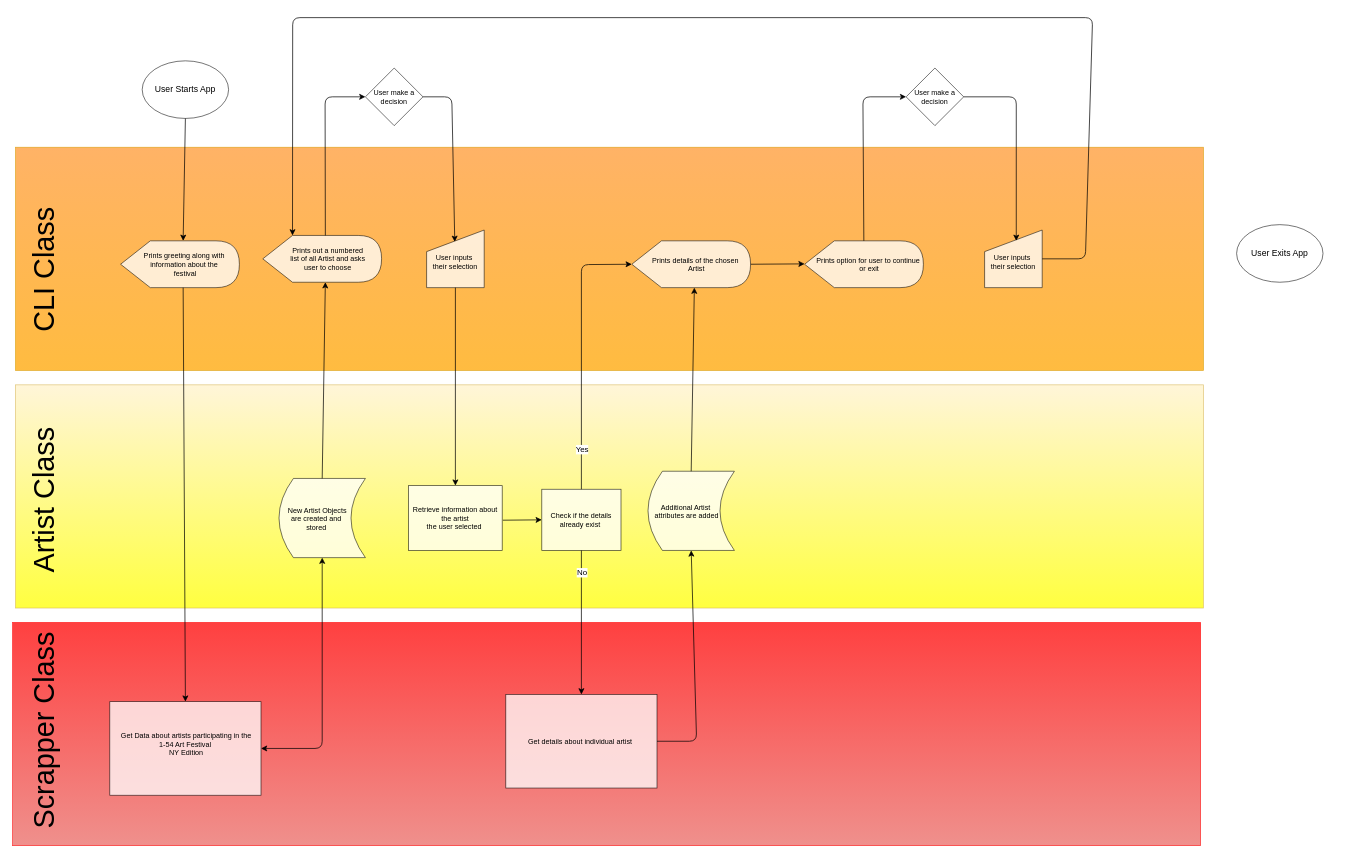
This is Untitled Diagram.drawio from ivnicolas/1-54_Festival, a draw.io file, before an edit. Source tidied: cells renumbered, new cells numbered last; positions are measured from the earlier drawing's top-left corner, leaving out a move shared by most shapes. Both pictures are drawn from the tidied source at 72%, with x=0, y=0 at pixel (-74, 17).
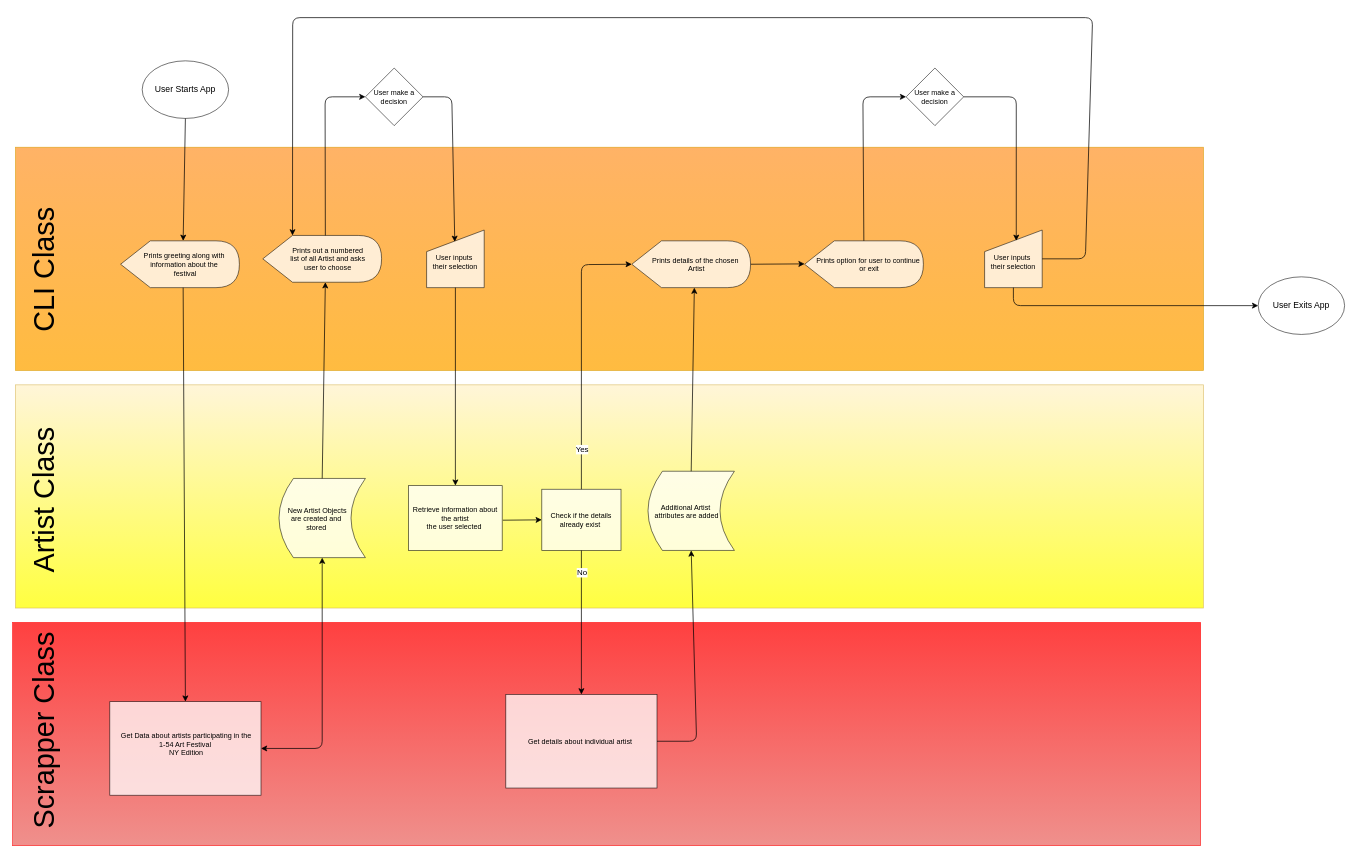
The same page after the edit.

Commit message:
1-54 Festival Flowchart

The change refers to these unchanged cells:
```xml
<mxCell id="19" value="User inputs&amp;nbsp;&lt;br&gt;their selection" style="shape=manualInput;whiteSpace=wrap;html=1;strokeColor=#000000;fillColor=#FFFFFF;gradientColor=none;fontSize=10;opacity=75;align=center;spacingBottom=-7;" parent="1" vertex="1">
  <mxGeometry x="1470" y="295" width="80" height="80" as="geometry" />
</mxCell>
```

Diff of the diagram source:
```diff
@@
     <mxCell id="9" value="&lt;p style=&quot;font-size: 12px&quot;&gt;User Exits App&lt;/p&gt;" style="ellipse;whiteSpace=wrap;html=1;fontSize=50;opacity=75;fillColor=#FFFFFF;" parent="1" vertex="1">
-      <mxGeometry x="1820" y="287.5" width="120" height="80" as="geometry" />
+      <mxGeometry x="1850" y="360" width="120" height="80" as="geometry" />
     </mxCell>
@@
+    <mxCell id="42" style="endArrow=classic;html=1;fontSize=10;exitX=0.5;exitY=1;exitDx=0;exitDy=0;entryX=0;entryY=0.5;entryDx=0;entryDy=0;" parent="1" edge="1" source="19" target="9">
+      <mxGeometry relative="1" as="geometry">
+        <Array as="points">
+          <mxPoint x="1510" y="400" />
+        </Array>
+      </mxGeometry>
+    </mxCell>
```
